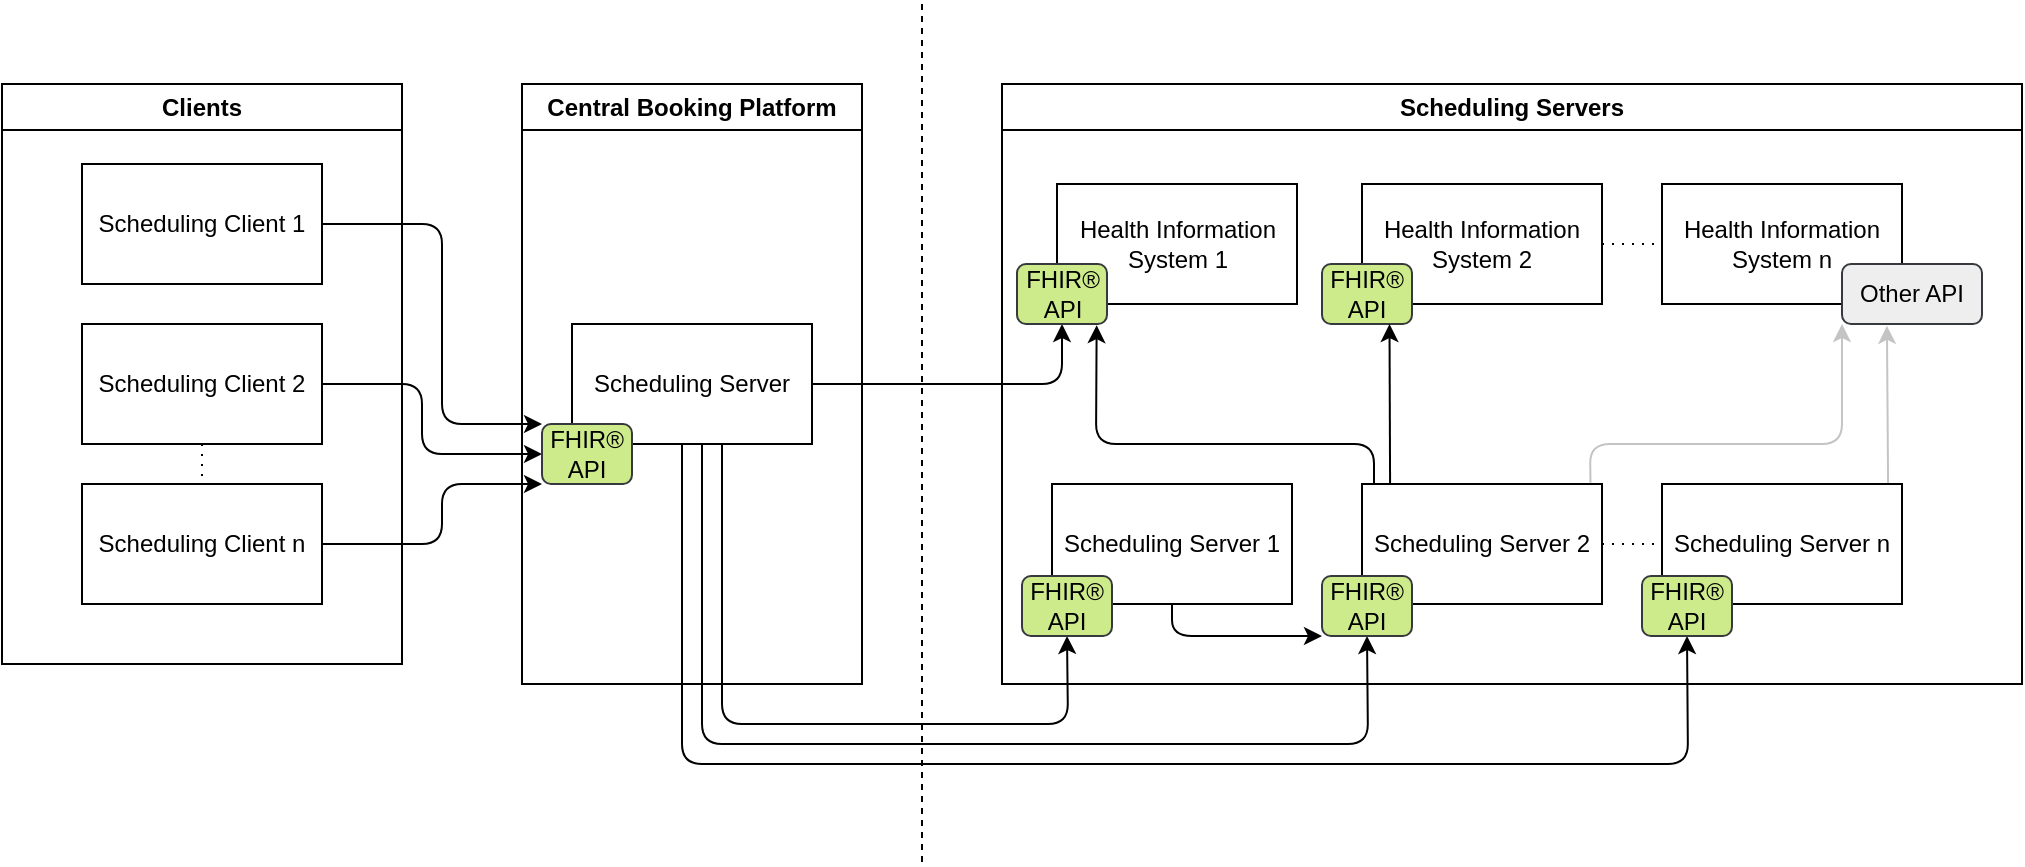
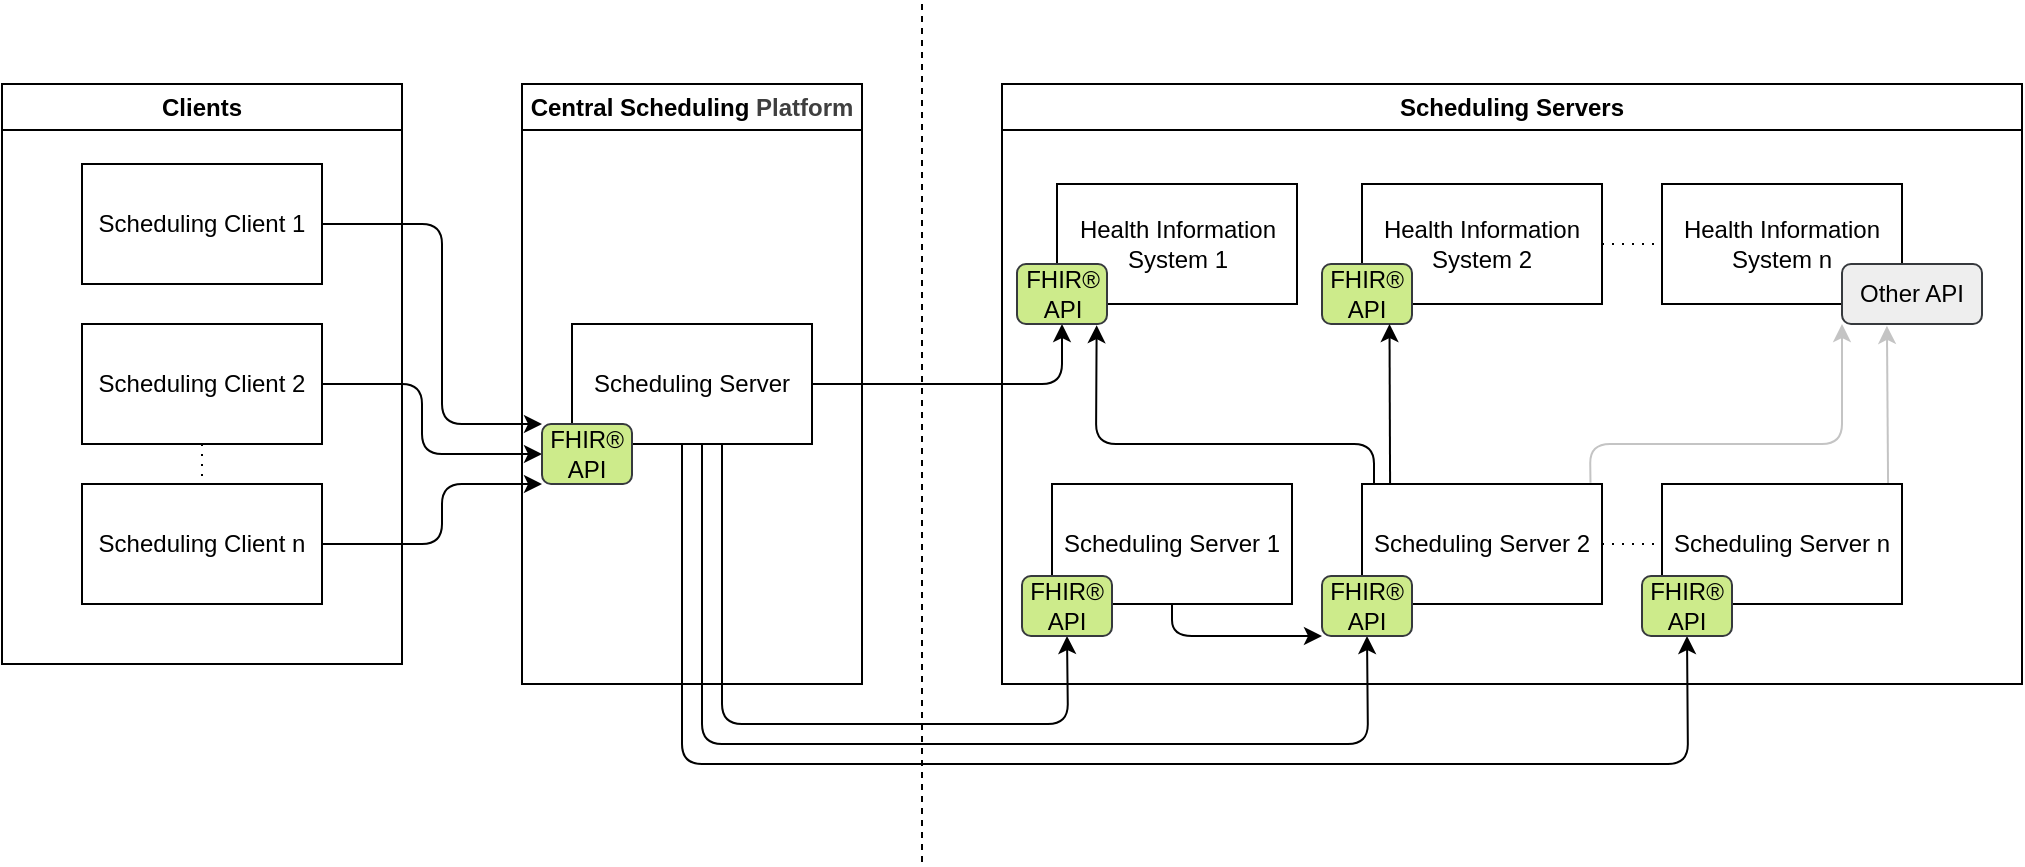
<mxfile host="65bd71144e">
    <diagram id="mYp9GOM-QvjV2WI2phD-" name="Page-1">
-         <mxGraphModel dx="1058" dy="620" grid="1" gridSize="10" guides="1" tooltips="1" connect="1" arrows="1" fold="1" page="1" pageScale="1" pageWidth="1169" pageHeight="827" math="0" shadow="0">
+         <mxGraphModel dx="609" dy="580" grid="1" gridSize="10" guides="1" tooltips="1" connect="1" arrows="1" fold="1" page="1" pageScale="1" pageWidth="1169" pageHeight="827" math="0" shadow="0">
            <root>
                <mxCell id="0"/>
                <mxCell id="1" parent="0"/>
-                 <mxCell id="14" style="edgeStyle=none;html=1;entryX=0;entryY=0;entryDx=0;entryDy=0;exitX=1;exitY=0.5;exitDx=0;exitDy=0;" edge="1" parent="1" source="3" target="55">
+                 <mxCell id="14" style="edgeStyle=none;html=1;entryX=0;entryY=0;entryDx=0;entryDy=0;exitX=1;exitY=0.5;exitDx=0;exitDy=0;" parent="1" source="3" target="55" edge="1">
                    <mxGeometry relative="1" as="geometry">
                        <mxPoint x="325" y="400" as="targetPoint"/>
                        <Array as="points">
                            <mxPoint x="260" y="310"/>
                            <mxPoint x="260" y="410"/>
                        </Array>
                    </mxGeometry>
                </mxCell>
-                 <mxCell id="15" style="edgeStyle=none;html=1;exitX=1;exitY=0.5;exitDx=0;exitDy=0;entryX=0;entryY=0.5;entryDx=0;entryDy=0;" edge="1" parent="1" source="7" target="55">
+                 <mxCell id="15" style="edgeStyle=none;html=1;exitX=1;exitY=0.5;exitDx=0;exitDy=0;entryX=0;entryY=0.5;entryDx=0;entryDy=0;" parent="1" source="7" target="55" edge="1">
                    <mxGeometry relative="1" as="geometry">
                        <mxPoint x="310" y="400" as="targetPoint"/>
                        <Array as="points">
                            <mxPoint x="250" y="390"/>
                            <mxPoint x="250" y="425"/>
                            <mxPoint x="280" y="425"/>
                        </Array>
                    </mxGeometry>
                </mxCell>
-                 <mxCell id="16" style="edgeStyle=none;html=1;exitX=1;exitY=0.5;exitDx=0;exitDy=0;entryX=0;entryY=1;entryDx=0;entryDy=0;" edge="1" parent="1" source="8" target="55">
+                 <mxCell id="16" style="edgeStyle=none;html=1;exitX=1;exitY=0.5;exitDx=0;exitDy=0;entryX=0;entryY=1;entryDx=0;entryDy=0;" parent="1" source="8" target="55" edge="1">
                    <mxGeometry relative="1" as="geometry">
                        <mxPoint x="310" y="440" as="targetPoint"/>
                        <Array as="points">
                            <mxPoint x="260" y="470"/>
                            <mxPoint x="260" y="440"/>
                        </Array>
                    </mxGeometry>
                </mxCell>
-                 <mxCell id="9" value="Clients" style="swimlane;whiteSpace=wrap;html=1;" vertex="1" parent="1">
+                 <mxCell id="9" value="Clients" style="swimlane;whiteSpace=wrap;html=1;" parent="1" vertex="1">
                    <mxGeometry x="40" y="240" width="200" height="290" as="geometry">
                        <mxRectangle x="40" y="240" width="80" height="30" as="alternateBounds"/>
                    </mxGeometry>
                </mxCell>
-                 <mxCell id="3" value="Scheduling Client 1" style="rounded=0;whiteSpace=wrap;html=1;" vertex="1" parent="9">
+                 <mxCell id="3" value="Scheduling Client 1" style="rounded=0;whiteSpace=wrap;html=1;" parent="9" vertex="1">
                    <mxGeometry x="40" y="40" width="120" height="60" as="geometry"/>
                </mxCell>
-                 <mxCell id="7" value="Scheduling Client 2" style="rounded=0;whiteSpace=wrap;html=1;" vertex="1" parent="9">
+                 <mxCell id="7" value="Scheduling Client 2" style="rounded=0;whiteSpace=wrap;html=1;" parent="9" vertex="1">
                    <mxGeometry x="40" y="120" width="120" height="60" as="geometry"/>
                </mxCell>
-                 <mxCell id="8" value="Scheduling Client n" style="rounded=0;whiteSpace=wrap;html=1;" vertex="1" parent="9">
+                 <mxCell id="8" value="Scheduling Client n" style="rounded=0;whiteSpace=wrap;html=1;" parent="9" vertex="1">
                    <mxGeometry x="40" y="200" width="120" height="60" as="geometry"/>
                </mxCell>
-                 <mxCell id="18" style="edgeStyle=none;html=1;exitX=0.5;exitY=1;exitDx=0;exitDy=0;entryX=0.5;entryY=0;entryDx=0;entryDy=0;endArrow=none;endFill=0;dashed=1;dashPattern=1 4;" edge="1" parent="9" source="7" target="8">
-                     <mxGeometry relative="1" as="geometry"/>
-                 </mxCell>
-                 <mxCell id="10" value="Central Booking Platform" style="swimlane;whiteSpace=wrap;html=1;" vertex="1" parent="1">
+                 <mxCell id="18" style="edgeStyle=none;html=1;exitX=0.5;exitY=1;exitDx=0;exitDy=0;entryX=0.5;entryY=0;entryDx=0;entryDy=0;endArrow=none;endFill=0;dashed=1;dashPattern=1 4;" parent="9" source="7" target="8" edge="1">
+                     <mxGeometry relative="1" as="geometry"/>
+                 </mxCell>
+                 <mxCell id="10" value="Central Scheduling&lt;span style=&quot;color: rgb(63, 63, 63); background-color: transparent;&quot;&gt;&amp;nbsp;Platform&lt;/span&gt;" style="swimlane;whiteSpace=wrap;html=1;" parent="1" vertex="1">
                    <mxGeometry x="300" y="240" width="170" height="300" as="geometry">
                        <mxRectangle x="265" y="240" width="170" height="30" as="alternateBounds"/>
                    </mxGeometry>
                </mxCell>
-                 <mxCell id="2" value="Scheduling Server" style="rounded=0;whiteSpace=wrap;html=1;" vertex="1" parent="10">
+                 <mxCell id="2" value="Scheduling Server" style="rounded=0;whiteSpace=wrap;html=1;" parent="10" vertex="1">
                    <mxGeometry x="25" y="120" width="120" height="60" as="geometry"/>
                </mxCell>
-                 <mxCell id="55" value="FHIR® API" style="rounded=1;whiteSpace=wrap;html=1;fillColor=#cdeb8b;strokeColor=#36393d;" vertex="1" parent="10">
+                 <mxCell id="55" value="FHIR® API" style="rounded=1;whiteSpace=wrap;html=1;fillColor=#cdeb8b;strokeColor=#36393d;" parent="10" vertex="1">
                    <mxGeometry x="10" y="170" width="45" height="30" as="geometry"/>
                </mxCell>
-                 <mxCell id="62" style="edgeStyle=none;html=1;exitX=0.5;exitY=1;exitDx=0;exitDy=0;entryX=0.5;entryY=1;entryDx=0;entryDy=0;" edge="1" parent="10" target="53">
+                 <mxCell id="62" style="edgeStyle=none;html=1;exitX=0.5;exitY=1;exitDx=0;exitDy=0;entryX=0.5;entryY=1;entryDx=0;entryDy=0;" parent="10" target="53" edge="1">
                    <mxGeometry relative="1" as="geometry">
                        <mxPoint x="90" y="180" as="sourcePoint"/>
                        <mxPoint x="568" y="300" as="targetPoint"/>
                        <Array as="points">
                            <mxPoint x="90" y="330"/>
                            <mxPoint x="423" y="330"/>
                        </Array>
                    </mxGeometry>
                </mxCell>
-                 <mxCell id="63" style="edgeStyle=none;html=1;exitX=0.5;exitY=1;exitDx=0;exitDy=0;entryX=0.5;entryY=1;entryDx=0;entryDy=0;" edge="1" parent="10" target="54">
+                 <mxCell id="63" style="edgeStyle=none;html=1;exitX=0.5;exitY=1;exitDx=0;exitDy=0;entryX=0.5;entryY=1;entryDx=0;entryDy=0;" parent="10" target="54" edge="1">
                    <mxGeometry relative="1" as="geometry">
                        <mxPoint x="80" y="180" as="sourcePoint"/>
                        <mxPoint x="403" y="300" as="targetPoint"/>
                        <Array as="points">
                            <mxPoint x="80" y="340"/>
                            <mxPoint x="273" y="340"/>
                            <mxPoint x="583" y="340"/>
                        </Array>
                    </mxGeometry>
                </mxCell>
-                 <mxCell id="19" value="" style="endArrow=none;dashed=1;html=1;" edge="1" parent="1">
+                 <mxCell id="19" value="" style="endArrow=none;dashed=1;html=1;" parent="1" edge="1">
                    <mxGeometry width="50" height="50" relative="1" as="geometry">
                        <mxPoint x="500" y="629" as="sourcePoint"/>
                        <mxPoint x="500" y="199" as="targetPoint"/>
                    </mxGeometry>
                </mxCell>
-                 <mxCell id="48" style="edgeStyle=none;html=1;entryX=0.5;entryY=1;entryDx=0;entryDy=0;" edge="1" parent="1" source="2" target="47">
+                 <mxCell id="48" style="edgeStyle=none;html=1;entryX=0.5;entryY=1;entryDx=0;entryDy=0;" parent="1" source="2" target="47" edge="1">
                    <mxGeometry relative="1" as="geometry">
                        <Array as="points">
                            <mxPoint x="570" y="390"/>
                        </Array>
                    </mxGeometry>
                </mxCell>
-                 <mxCell id="64" style="edgeStyle=none;html=1;entryX=0.5;entryY=1;entryDx=0;entryDy=0;" edge="1" parent="1" target="52">
+                 <mxCell id="64" style="edgeStyle=none;html=1;entryX=0.5;entryY=1;entryDx=0;entryDy=0;" parent="1" target="52" edge="1">
                    <mxGeometry relative="1" as="geometry">
                        <mxPoint x="400" y="420" as="sourcePoint"/>
                        <Array as="points">
                            <mxPoint x="400" y="560"/>
                            <mxPoint x="573" y="560"/>
                        </Array>
                    </mxGeometry>
                </mxCell>
-                 <mxCell id="39" value="&lt;span style=&quot;color: rgb(0, 0, 0);&quot;&gt;Scheduling Servers&lt;/span&gt;" style="swimlane;whiteSpace=wrap;html=1;" vertex="1" parent="1">
+                 <mxCell id="39" value="&lt;span style=&quot;color: rgb(0, 0, 0);&quot;&gt;Scheduling Servers&lt;/span&gt;" style="swimlane;whiteSpace=wrap;html=1;" parent="1" vertex="1">
                    <mxGeometry x="540" y="240" width="510" height="300" as="geometry"/>
                </mxCell>
-                 <mxCell id="43" style="edgeStyle=none;html=1;exitX=1;exitY=0.5;exitDx=0;exitDy=0;entryX=0;entryY=0.5;entryDx=0;entryDy=0;dashed=1;dashPattern=1 4;endArrow=none;endFill=0;" edge="1" parent="39">
+                 <mxCell id="43" style="edgeStyle=none;html=1;exitX=1;exitY=0.5;exitDx=0;exitDy=0;entryX=0;entryY=0.5;entryDx=0;entryDy=0;dashed=1;dashPattern=1 4;endArrow=none;endFill=0;" parent="39" edge="1">
                    <mxGeometry relative="1" as="geometry">
                        <mxPoint x="290" y="80" as="sourcePoint"/>
                        <mxPoint x="310" y="80" as="targetPoint"/>
                    </mxGeometry>
                </mxCell>
-                 <mxCell id="68" style="edgeStyle=none;html=1;exitX=0.5;exitY=1;exitDx=0;exitDy=0;entryX=0;entryY=1;entryDx=0;entryDy=0;" edge="1" parent="39" source="5" target="53">
+                 <mxCell id="68" style="edgeStyle=none;html=1;exitX=0.5;exitY=1;exitDx=0;exitDy=0;entryX=0;entryY=1;entryDx=0;entryDy=0;" parent="39" source="5" target="53" edge="1">
                    <mxGeometry relative="1" as="geometry">
                        <Array as="points">
                            <mxPoint x="85" y="276"/>
                        </Array>
                    </mxGeometry>
                </mxCell>
-                 <mxCell id="28" style="edgeStyle=none;html=1;exitX=1;exitY=0.5;exitDx=0;exitDy=0;entryX=0;entryY=0.5;entryDx=0;entryDy=0;endArrow=none;endFill=0;dashed=1;dashPattern=1 4;" edge="1" parent="39" source="6" target="20">
-                     <mxGeometry relative="1" as="geometry"/>
-                 </mxCell>
-                 <mxCell id="81" value="" style="group" vertex="1" connectable="0" parent="39">
+                 <mxCell id="28" style="edgeStyle=none;html=1;exitX=1;exitY=0.5;exitDx=0;exitDy=0;entryX=0;entryY=0.5;entryDx=0;entryDy=0;endArrow=none;endFill=0;dashed=1;dashPattern=1 4;" parent="39" source="6" target="20" edge="1">
+                     <mxGeometry relative="1" as="geometry"/>
+                 </mxCell>
+                 <mxCell id="81" value="" style="group" parent="39" vertex="1" connectable="0">
                    <mxGeometry x="10" y="200" width="135" height="76" as="geometry"/>
                </mxCell>
-                 <mxCell id="5" value="Scheduling Server 1" style="rounded=0;whiteSpace=wrap;html=1;" vertex="1" parent="81">
+                 <mxCell id="5" value="Scheduling Server 1" style="rounded=0;whiteSpace=wrap;html=1;" parent="81" vertex="1">
                    <mxGeometry x="15" width="120" height="60" as="geometry"/>
                </mxCell>
-                 <mxCell id="52" value="FHIR® API" style="rounded=1;whiteSpace=wrap;html=1;fillColor=#cdeb8b;strokeColor=#36393d;" vertex="1" parent="81">
+                 <mxCell id="52" value="FHIR® API" style="rounded=1;whiteSpace=wrap;html=1;fillColor=#cdeb8b;strokeColor=#36393d;" parent="81" vertex="1">
                    <mxGeometry y="46" width="45" height="30" as="geometry"/>
                </mxCell>
-                 <mxCell id="82" value="" style="group" vertex="1" connectable="0" parent="39">
+                 <mxCell id="82" value="" style="group" parent="39" vertex="1" connectable="0">
                    <mxGeometry x="160" y="200" width="140" height="76" as="geometry"/>
                </mxCell>
-                 <mxCell id="6" value="Scheduling Server 2" style="rounded=0;whiteSpace=wrap;html=1;" vertex="1" parent="82">
+                 <mxCell id="6" value="Scheduling Server 2" style="rounded=0;whiteSpace=wrap;html=1;" parent="82" vertex="1">
                    <mxGeometry x="20" width="120" height="60" as="geometry"/>
                </mxCell>
-                 <mxCell id="53" value="FHIR® API" style="rounded=1;whiteSpace=wrap;html=1;fillColor=#cdeb8b;strokeColor=#36393d;" vertex="1" parent="82">
+                 <mxCell id="53" value="FHIR® API" style="rounded=1;whiteSpace=wrap;html=1;fillColor=#cdeb8b;strokeColor=#36393d;" parent="82" vertex="1">
                    <mxGeometry y="46" width="45" height="30" as="geometry"/>
                </mxCell>
-                 <mxCell id="84" value="" style="group" vertex="1" connectable="0" parent="39">
+                 <mxCell id="84" value="" style="group" parent="39" vertex="1" connectable="0">
                    <mxGeometry x="7.5" y="50" width="140" height="70" as="geometry"/>
                </mxCell>
-                 <mxCell id="4" value="Health Information System 1" style="rounded=0;whiteSpace=wrap;html=1;" vertex="1" parent="84">
+                 <mxCell id="4" value="Health Information System 1" style="rounded=0;whiteSpace=wrap;html=1;" parent="84" vertex="1">
                    <mxGeometry x="20" width="120" height="60" as="geometry"/>
                </mxCell>
-                 <mxCell id="47" value="FHIR® API" style="rounded=1;whiteSpace=wrap;html=1;fillColor=#cdeb8b;strokeColor=#36393d;" vertex="1" parent="84">
+                 <mxCell id="47" value="FHIR® API" style="rounded=1;whiteSpace=wrap;html=1;fillColor=#cdeb8b;strokeColor=#36393d;" parent="84" vertex="1">
                    <mxGeometry y="40" width="45" height="30" as="geometry"/>
                </mxCell>
-                 <mxCell id="69" style="edgeStyle=none;html=1;entryX=0.885;entryY=1.02;entryDx=0;entryDy=0;entryPerimeter=0;exitX=0.05;exitY=-0.003;exitDx=0;exitDy=0;exitPerimeter=0;" edge="1" parent="39" source="6" target="47">
+                 <mxCell id="69" style="edgeStyle=none;html=1;entryX=0.885;entryY=1.02;entryDx=0;entryDy=0;entryPerimeter=0;exitX=0.05;exitY=-0.003;exitDx=0;exitDy=0;exitPerimeter=0;" parent="39" source="6" target="47" edge="1">
                    <mxGeometry relative="1" as="geometry">
                        <mxPoint x="180" y="200" as="sourcePoint"/>
                        <Array as="points">
                            <mxPoint x="186" y="180"/>
                            <mxPoint x="47" y="180"/>
                        </Array>
                    </mxGeometry>
                </mxCell>
-                 <mxCell id="85" value="" style="group" vertex="1" connectable="0" parent="39">
+                 <mxCell id="85" value="" style="group" parent="39" vertex="1" connectable="0">
                    <mxGeometry x="160" y="50" width="140" height="70" as="geometry"/>
                </mxCell>
-                 <mxCell id="22" value="Health Information System 2" style="rounded=0;whiteSpace=wrap;html=1;" vertex="1" parent="85">
+                 <mxCell id="22" value="Health Information System 2" style="rounded=0;whiteSpace=wrap;html=1;" parent="85" vertex="1">
                    <mxGeometry x="20" width="120" height="60" as="geometry"/>
                </mxCell>
-                 <mxCell id="50" value="FHIR® API" style="rounded=1;whiteSpace=wrap;html=1;fillColor=#cdeb8b;strokeColor=#36393d;" vertex="1" parent="85">
+                 <mxCell id="50" value="FHIR® API" style="rounded=1;whiteSpace=wrap;html=1;fillColor=#cdeb8b;strokeColor=#36393d;" parent="85" vertex="1">
                    <mxGeometry y="40" width="45" height="30" as="geometry"/>
                </mxCell>
-                 <mxCell id="67" style="edgeStyle=none;html=1;exitX=0.117;exitY=0.004;exitDx=0;exitDy=0;entryX=0.75;entryY=1;entryDx=0;entryDy=0;exitPerimeter=0;" edge="1" parent="39" source="6" target="50">
-                     <mxGeometry relative="1" as="geometry"/>
-                 </mxCell>
-                 <mxCell id="86" value="" style="group" vertex="1" connectable="0" parent="39">
+                 <mxCell id="67" style="edgeStyle=none;html=1;exitX=0.117;exitY=0.004;exitDx=0;exitDy=0;entryX=0.75;entryY=1;entryDx=0;entryDy=0;exitPerimeter=0;" parent="39" source="6" target="50" edge="1">
+                     <mxGeometry relative="1" as="geometry"/>
+                 </mxCell>
+                 <mxCell id="86" value="" style="group" parent="39" vertex="1" connectable="0">
                    <mxGeometry x="330" y="50" width="160" height="70" as="geometry"/>
                </mxCell>
-                 <mxCell id="23" value="Health Information System n" style="rounded=0;whiteSpace=wrap;html=1;" vertex="1" parent="86">
+                 <mxCell id="23" value="Health Information System n" style="rounded=0;whiteSpace=wrap;html=1;" parent="86" vertex="1">
                    <mxGeometry width="120" height="60" as="geometry"/>
                </mxCell>
-                 <mxCell id="51" value="Other API" style="rounded=1;whiteSpace=wrap;html=1;fillColor=#eeeeee;strokeColor=#36393d;" vertex="1" parent="86">
+                 <mxCell id="51" value="Other API" style="rounded=1;whiteSpace=wrap;html=1;fillColor=#eeeeee;strokeColor=#36393d;" parent="86" vertex="1">
                    <mxGeometry x="90" y="40" width="70" height="30" as="geometry"/>
                </mxCell>
-                 <mxCell id="35" style="edgeStyle=none;html=1;exitX=1;exitY=0.5;exitDx=0;exitDy=0;entryX=0;entryY=0.5;entryDx=0;entryDy=0;dashed=1;dashPattern=1 4;endArrow=none;endFill=0;" edge="1" parent="39" source="22" target="23">
-                     <mxGeometry relative="1" as="geometry"/>
-                 </mxCell>
-                 <mxCell id="65" style="edgeStyle=none;html=1;entryX=0.321;entryY=1.031;entryDx=0;entryDy=0;entryPerimeter=0;exitX=0.942;exitY=0.002;exitDx=0;exitDy=0;strokeColor=#C4C4C4;exitPerimeter=0;" edge="1" parent="39" source="20" target="51">
+                 <mxCell id="35" style="edgeStyle=none;html=1;exitX=1;exitY=0.5;exitDx=0;exitDy=0;entryX=0;entryY=0.5;entryDx=0;entryDy=0;dashed=1;dashPattern=1 4;endArrow=none;endFill=0;" parent="39" source="22" target="23" edge="1">
+                     <mxGeometry relative="1" as="geometry"/>
+                 </mxCell>
+                 <mxCell id="65" style="edgeStyle=none;html=1;entryX=0.321;entryY=1.031;entryDx=0;entryDy=0;entryPerimeter=0;exitX=0.942;exitY=0.002;exitDx=0;exitDy=0;strokeColor=#C4C4C4;exitPerimeter=0;" parent="39" source="20" target="51" edge="1">
                    <mxGeometry relative="1" as="geometry">
                        <Array as="points"/>
                    </mxGeometry>
                </mxCell>
-                 <mxCell id="70" style="edgeStyle=none;html=1;entryX=0;entryY=1;entryDx=0;entryDy=0;exitX=0.952;exitY=-0.011;exitDx=0;exitDy=0;strokeColor=#C4C4C4;exitPerimeter=0;" edge="1" parent="39" source="6" target="51">
+                 <mxCell id="70" style="edgeStyle=none;html=1;entryX=0;entryY=1;entryDx=0;entryDy=0;exitX=0.952;exitY=-0.011;exitDx=0;exitDy=0;strokeColor=#C4C4C4;exitPerimeter=0;" parent="39" source="6" target="51" edge="1">
                    <mxGeometry relative="1" as="geometry">
                        <Array as="points">
                            <mxPoint x="294" y="180"/>
                            <mxPoint x="420" y="180"/>
                        </Array>
                    </mxGeometry>
                </mxCell>
-                 <mxCell id="83" value="" style="group" vertex="1" connectable="0" parent="39">
+                 <mxCell id="83" value="" style="group" parent="39" vertex="1" connectable="0">
                    <mxGeometry x="320" y="200" width="130" height="76" as="geometry"/>
                </mxCell>
-                 <mxCell id="20" value="Scheduling Server n" style="rounded=0;whiteSpace=wrap;html=1;" vertex="1" parent="83">
+                 <mxCell id="20" value="Scheduling Server n" style="rounded=0;whiteSpace=wrap;html=1;" parent="83" vertex="1">
                    <mxGeometry x="10" width="120" height="60" as="geometry"/>
                </mxCell>
-                 <mxCell id="54" value="FHIR® API" style="rounded=1;whiteSpace=wrap;html=1;fillColor=#cdeb8b;strokeColor=#36393d;" vertex="1" parent="83">
+                 <mxCell id="54" value="FHIR® API" style="rounded=1;whiteSpace=wrap;html=1;fillColor=#cdeb8b;strokeColor=#36393d;" parent="83" vertex="1">
                    <mxGeometry y="46" width="45" height="30" as="geometry"/>
                </mxCell>
            </root>
        </mxGraphModel>
    </diagram>
</mxfile>